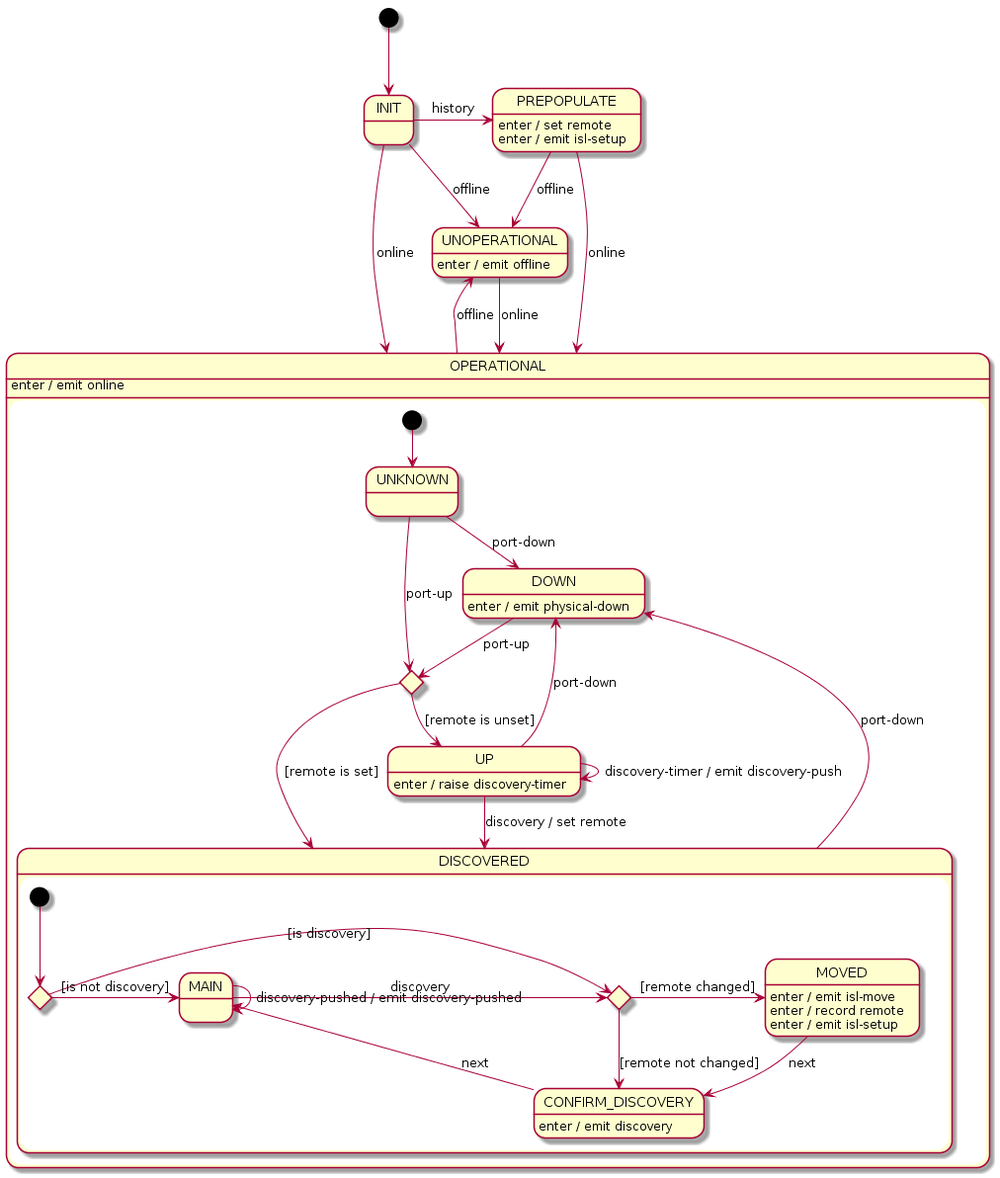
This is docs/design/network-discovery/port-FSM.png from jangwonpark74/open-kilda, a PlantUML export, as it was before one commit.
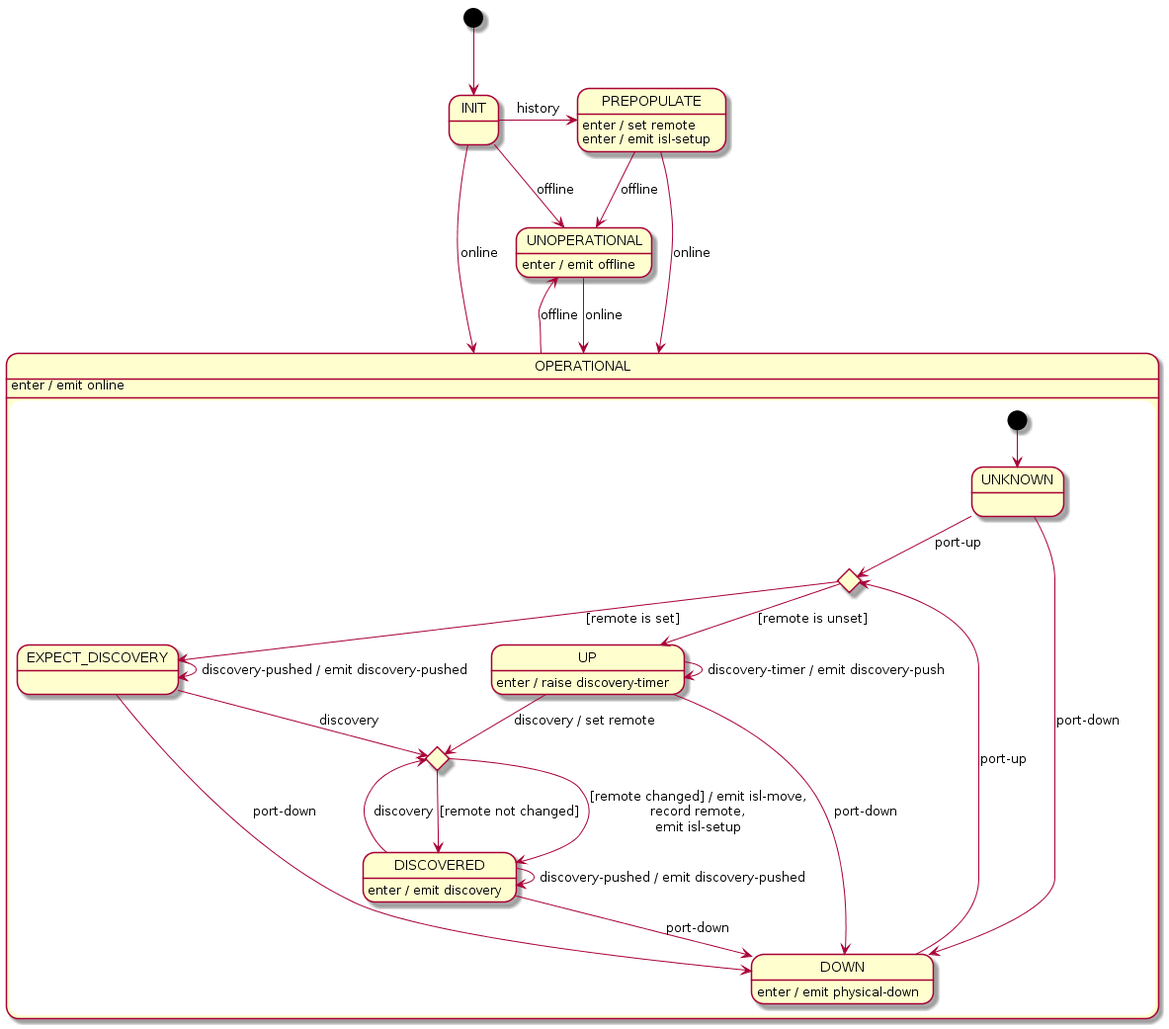
After the commit.

What changed in the source:
```diff
@@ -14,47 +14,35 @@
     OPERATIONAL : enter / emit online
 
     state discoveredChoice <<choice>>
+    state movedChoice <<choice>>
 
     [*] --> UNKNOWN
 
     UNKNOWN --> DOWN : port-down
     UNKNOWN --> discoveredChoice : port-up
 
-    UP -u-> DOWN : port-down
-    UP --> UP : discovery-timer / emit discovery-push
-    UP --> DISCOVERED : discovery / set remote
-    UP : enter / raise discovery-timer
-
     DOWN --> discoveredChoice : port-up
     DOWN : enter / emit physical-down
 
     discoveredChoice --> UP : [remote is unset]
-    discoveredChoice --> DISCOVERED : [remote is set]
+    discoveredChoice --> EXPECT_DISCOVERY : [remote is set]
 
-    state DISCOVERED {
-        state entryChoice <<choice>>
-        state movedChoice <<choice>>
+    UP --> DOWN : port-down
+    UP --> UP : discovery-timer / emit discovery-push
+    UP --> movedChoice : discovery / set remote
+    UP : enter / raise discovery-timer
 
-        [*] --> entryChoice
+    EXPECT_DISCOVERY --> movedChoice : discovery
+    EXPECT_DISCOVERY --> DOWN : port-down
+    EXPECT_DISCOVERY --> EXPECT_DISCOVERY : discovery-pushed / emit discovery-pushed
 
-        entryChoice -> movedChoice : [is discovery]
-        entryChoice --> MAIN : [is not discovery]
+    movedChoice --> DISCOVERED : [remote not changed]
+    movedChoice --> DISCOVERED : [remote changed] / emit isl-move,\nrecord remote,\nemit isl-setup
 
-        movedChoice --> CONFIRM_DISCOVERY : [remote not changed]
-        movedChoice -> MOVED : [remote changed]
-
-        MAIN -> movedChoice : discovery
-        MAIN --> MAIN : discovery-pushed / emit discovery-pushed
-
-        MOVED --> CONFIRM_DISCOVERY : next
-        MOVED : enter / emit isl-move
-        MOVED : enter / record remote
-        MOVED : enter / emit isl-setup
-
-        CONFIRM_DISCOVERY --> MAIN : next
-        CONFIRM_DISCOVERY : enter / emit discovery
-    }
+    DISCOVERED --> movedChoice : discovery
+    DISCOVERED --> DISCOVERED : discovery-pushed / emit discovery-pushed
     DISCOVERED --> DOWN : port-down
+    DISCOVERED : enter / emit discovery
 }
 
 OPERATIONAL --> UNOPERATIONAL : offline
```
